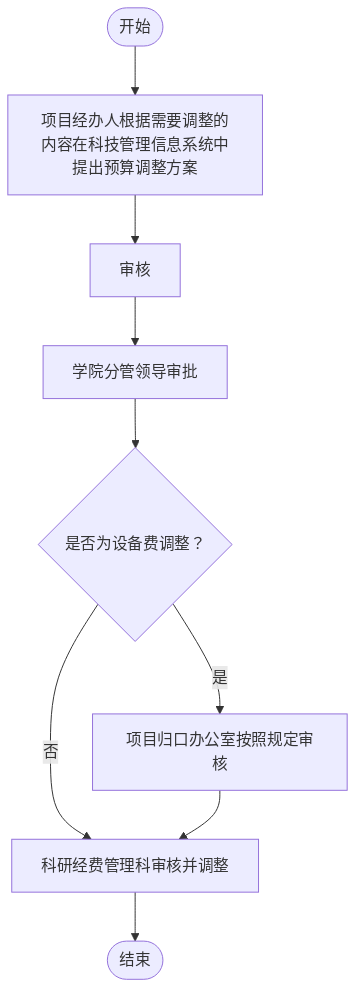
The Mermaid diagram outline2flow/flow_outputs/page_57.png in AmyIvan/work1, before a commit. Its source is kept beside it as outline2flow/mmd_outputs/page_57.mmd. Source of this version:
```mermaid
flowchart TD
    A([开始]) --> B["项目经办人根据需要调整的内容在科技管理信息系统中提出预算调整方案"]
    B --> C["审核"]
    C --> D["学院分管领导审批"]
    D --> E{"是否为设备费调整？"}
    E -->|是| F["项目归口办公室按照规定审核"]
    E -->|否| G["科研经费管理科审核并调整"]
    F --> G
    G --> H([结束])
```
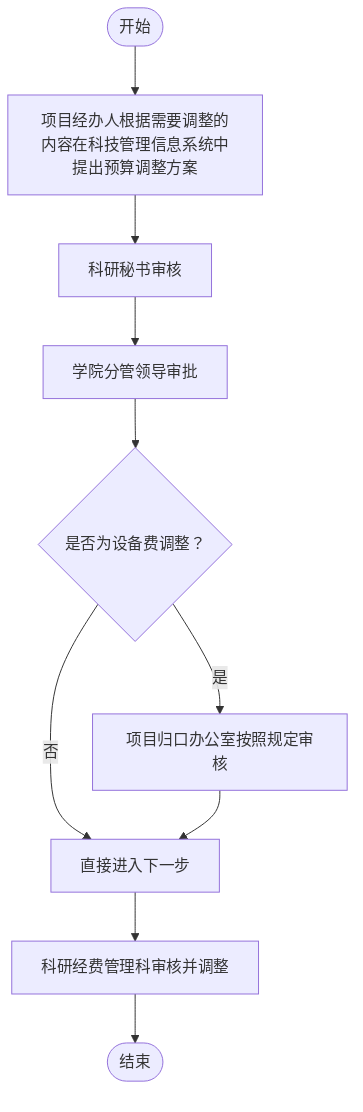
Later version of the same file.

The edit, as a diff of the source:
```diff
@@ -1,9 +1,10 @@
 flowchart TD
-    A([开始]) --> B["项目经办人根据需要调整的内容在科技管理信息系统中提出预算调整方案"]
-    B --> C["审核"]
-    C --> D["学院分管领导审批"]
-    D --> E{"是否为设备费调整？"}
-    E -->|是| F["项目归口办公室按照规定审核"]
-    E -->|否| G["科研经费管理科审核并调整"]
+    A(["开始"]) --> B[项目经办人根据需要调整的内容在科技管理信息系统中提出预算调整方案]
+    B --> C[科研秘书审核]
+    C --> D[学院分管领导审批]
+    D --> E{是否为设备费调整？}
+    E -->|是| F[项目归口办公室按照规定审核]
+    E -->|否| G[直接进入下一步]
     F --> G
-    G --> H([结束])
+    G --> H[科研经费管理科审核并调整]
+    H --> I(["结束"])
```
